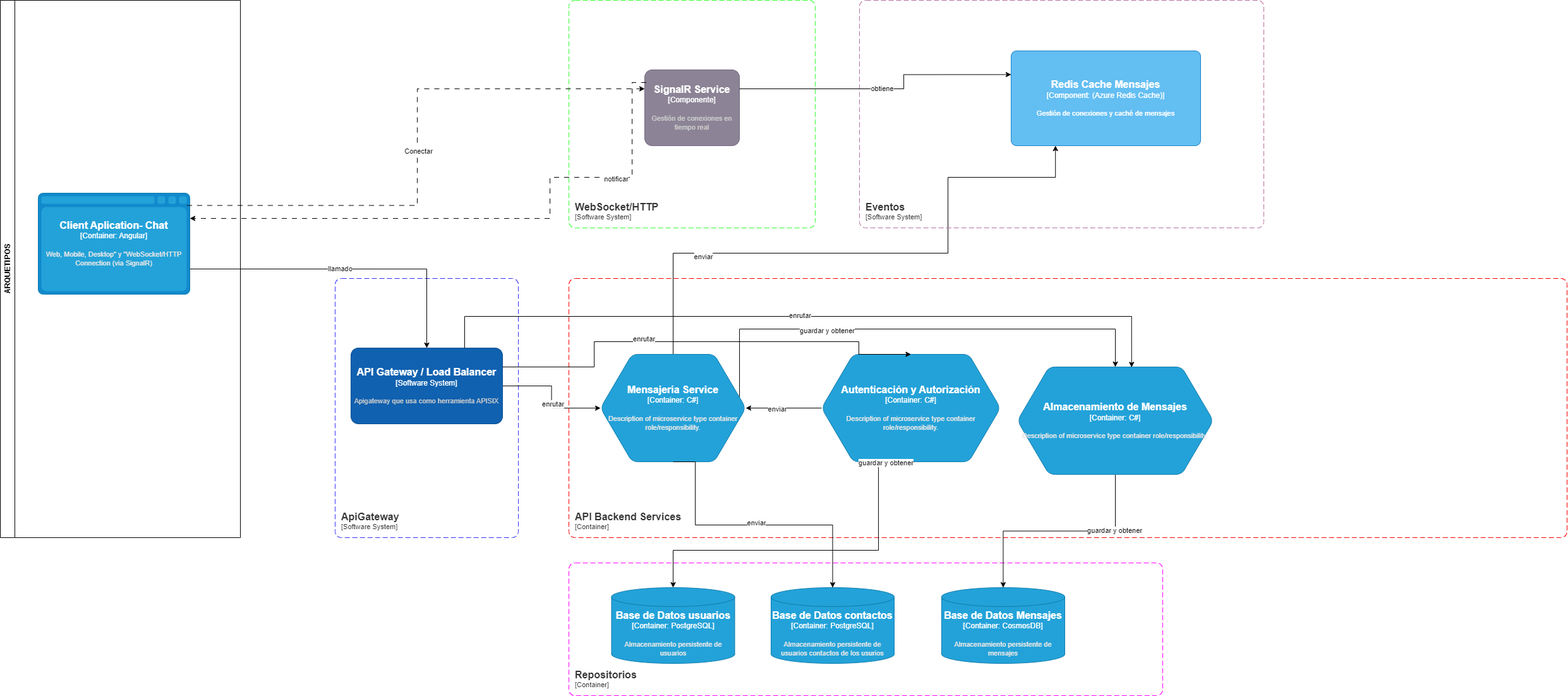
jhoney787813/API-backend-satrack keeps this draw.io diagram as DiagramaContenedoresMensajesChat.png. Above is the earlier version. Source tidied: cells renumbered, new cells last; positions are measured from the earlier drawing's top-left corner, leaving out a move shared by most shapes.
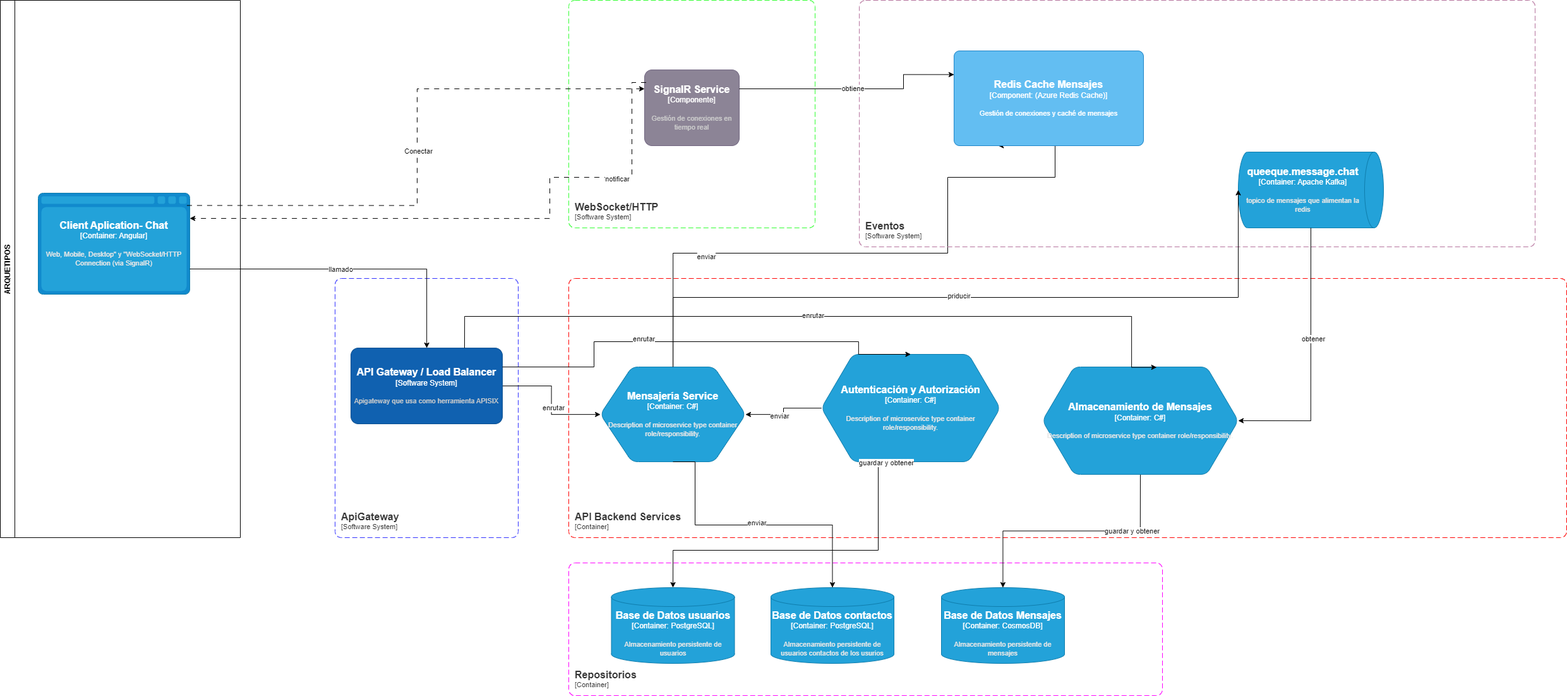
After the change.

What changed in the source:
```diff
@@ -50,20 +50,9 @@
     <mxCell id="12" value="enviar" style="edgeLabel;html=1;align=center;verticalAlign=middle;" parent="11" vertex="1">
       <mxGeometry x="-0.56" y="-5" relative="1" as="geometry" />
     </mxCell>
-    <mxCell id="13" style="edgeStyle=orthogonalEdgeStyle;rounded=0;jettySize=auto;html=1;entryX=0.5;entryY=0;entryDx=0;entryDy=0;entryPerimeter=0;" parent="1" edge="1" source="15" target="28">
-      <mxGeometry relative="1" as="geometry">
-        <Array as="points">
-          <mxPoint x="1170" y="520" />
-          <mxPoint x="1765" y="520" />
-        </Array>
-      </mxGeometry>
-    </mxCell>
-    <mxCell id="14" value="guardar y obtener" style="edgeLabel;html=1;align=center;verticalAlign=middle;" parent="13" vertex="1">
-      <mxGeometry x="-0.35" y="-2" relative="1" as="geometry" />
-    </mxCell>
     <object id="15" label="&lt;font style=&quot;font-size: 16px&quot;&gt;&lt;b&gt;%c4Name%&lt;/b&gt;&lt;/font&gt;&lt;div&gt;[%c4Type%:&amp;nbsp;%c4Technology%]&lt;/div&gt;&lt;br&gt;&lt;div&gt;&lt;font style=&quot;font-size: 11px&quot;&gt;&lt;font color=&quot;#E6E6E6&quot;&gt;%c4Description%&lt;/font&gt;&lt;/div&gt;" c4Description="Description of microservice type container role/responsibility." c4Name="Mensajería Service" c4Technology="C#" c4Type="Container" placeholders="1">
       <mxCell style="shape=hexagon;size=50;perimeter=hexagonPerimeter2;whiteSpace=wrap;html=1;fixedSize=1;rounded=1;labelBackgroundColor=none;fillColor=#23A2D9;fontSize=12;fontColor=#ffffff;align=center;strokeColor=#0E7DAD;points=[[0.5,0,0],[1,0.25,0],[1,0.5,0],[1,0.75,0],[0.5,1,0],[0,0.75,0],[0,0.5,0],[0,0.25,0]];" parent="1" vertex="1">
-        <mxGeometry x="950" y="560" width="230" height="170" as="geometry" />
+        <mxGeometry x="950" y="580" width="230" height="150" as="geometry" />
       </mxCell>
     </object>
     <object id="16" label="&lt;font style=&quot;font-size: 16px&quot;&gt;&lt;b&gt;&lt;div style=&quot;text-align: left&quot;&gt;%c4Name%&lt;/div&gt;&lt;/b&gt;&lt;/font&gt;&lt;div style=&quot;text-align: left&quot;&gt;[%c4Application%]&lt;/div&gt;" c4Application="Software System" c4Name="WebSocket/HTTP" c4Type="SystemScopeBoundary" placeholders="1">
@@ -94,7 +83,7 @@
     </object>
     <object id="22" label="&lt;font style=&quot;font-size: 16px&quot;&gt;&lt;b&gt;&lt;div style=&quot;text-align: left&quot;&gt;%c4Name%&lt;/div&gt;&lt;/b&gt;&lt;/font&gt;&lt;div style=&quot;text-align: left&quot;&gt;[%c4Application%]&lt;/div&gt;" c4Application="Software System" c4Name="Eventos" c4Type="SystemScopeBoundary" placeholders="1">
       <mxCell style="rounded=1;fontSize=11;whiteSpace=wrap;html=1;dashed=1;arcSize=20;fillColor=none;strokeColor=#B5739D;fontColor=#333333;labelBackgroundColor=none;align=left;verticalAlign=bottom;labelBorderColor=none;spacingTop=0;spacing=10;dashPattern=8 4;perimeter=rectanglePerimeter;noLabel=0;labelPadding=0;absoluteArcSize=1;" parent="1" vertex="1">
-        <mxGeometry x="1360" width="640" height="360" as="geometry" />
+        <mxGeometry x="1360" width="1070" height="390" as="geometry" />
       </mxCell>
     </object>
     <mxCell id="23" style="edgeStyle=orthogonalEdgeStyle;rounded=0;jettySize=auto;html=1;" parent="1" edge="1" source="25" target="15">
@@ -118,12 +107,12 @@
     </mxCell>
     <object id="28" label="&lt;font style=&quot;font-size: 16px&quot;&gt;&lt;b&gt;%c4Name%&lt;/b&gt;&lt;/font&gt;&lt;div&gt;[%c4Type%:&amp;nbsp;%c4Technology%]&lt;/div&gt;&lt;br&gt;&lt;div&gt;&lt;font style=&quot;font-size: 11px&quot;&gt;&lt;font color=&quot;#E6E6E6&quot;&gt;%c4Description%&lt;/font&gt;&lt;/div&gt;" c4Description="Description of microservice type container role/responsibility." c4Name="Almacenamiento de Mensajes" c4Technology="C#" c4Type="Container" placeholders="1">
       <mxCell style="shape=hexagon;size=50;perimeter=hexagonPerimeter2;whiteSpace=wrap;html=1;fixedSize=1;rounded=1;labelBackgroundColor=none;fillColor=#23A2D9;fontSize=12;fontColor=#ffffff;align=center;strokeColor=#0E7DAD;points=[[0.5,0,0],[1,0.25,0],[1,0.5,0],[1,0.75,0],[0.5,1,0],[0,0.75,0],[0,0.5,0],[0,0.25,0]];" parent="1" vertex="1">
-        <mxGeometry x="1610" y="580" width="310" height="170" as="geometry" />
+        <mxGeometry x="1650" y="580" width="310" height="170" as="geometry" />
       </mxCell>
     </object>
     <object id="29" label="&lt;font style=&quot;font-size: 16px&quot;&gt;&lt;b&gt;%c4Name%&lt;/b&gt;&lt;/font&gt;&lt;div&gt;[%c4Type%: %c4Technology%]&lt;/div&gt;&lt;br&gt;&lt;div&gt;&lt;font style=&quot;font-size: 11px&quot;&gt;%c4Description%&lt;/font&gt;&lt;/div&gt;" c4Description="Gestión de conexiones y caché de mensajes" c4Name="Redis Cache Mensajes" c4Technology="(Azure Redis Cache)" c4Type="Component" placeholders="1">
       <mxCell style="rounded=1;whiteSpace=wrap;html=1;labelBackgroundColor=none;fillColor=#63BEF2;fontColor=#ffffff;align=center;arcSize=6;strokeColor=#2086C9;points=[[0.25,0,0],[0.5,0,0],[0.75,0,0],[1,0.25,0],[1,0.5,0],[1,0.75,0],[0.75,1,0],[0.5,1,0],[0.25,1,0],[0,0.75,0],[0,0.5,0],[0,0.25,0]];" parent="1" vertex="1">
-        <mxGeometry x="1600" y="80" width="300" height="150" as="geometry" />
+        <mxGeometry x="1510" y="80" width="300" height="150" as="geometry" />
       </mxCell>
     </object>
     <mxCell id="30" style="edgeStyle=orthogonalEdgeStyle;rounded=0;jettySize=auto;html=1;entryX=1;entryY=0.25;entryDx=0;entryDy=0;entryPerimeter=0;flowAnimation=1;exitX=0;exitY=0.25;exitDx=0;exitDy=0;exitPerimeter=0;" parent="1" edge="1" target="3">
@@ -207,5 +196,29 @@
     <mxCell id="42" value="enviar" style="edgeLabel;html=1;align=center;verticalAlign=middle;" parent="41" vertex="1">
       <mxGeometry x="0.02" y="4" relative="1" as="geometry" />
     </mxCell>
+    <object id="43" label="&lt;font style=&quot;font-size: 16px&quot;&gt;&lt;b&gt;%c4Name%&lt;/b&gt;&lt;/font&gt;&lt;div&gt;[%c4Type%:&amp;nbsp;%c4Technology%]&lt;/div&gt;&lt;br&gt;&lt;div&gt;&lt;font style=&quot;font-size: 11px&quot;&gt;&lt;font color=&quot;#E6E6E6&quot;&gt;%c4Description%&lt;/font&gt;&lt;/div&gt;" c4Description="topico de mensajes que alimentan la redis" c4Name="queeque.message.chat" c4Technology="Apache Kafka" c4Type="Container" placeholders="1">
+      <mxCell style="shape=cylinder3;size=15;direction=south;whiteSpace=wrap;html=1;boundedLbl=1;rounded=0;labelBackgroundColor=none;fillColor=#23A2D9;fontSize=12;fontColor=#ffffff;align=center;strokeColor=#0E7DAD;points=[[0.5,0,0],[1,0.25,0],[1,0.5,0],[1,0.75,0],[0.5,1,0],[0,0.75,0],[0,0.5,0],[0,0.25,0]];" parent="1" vertex="1">
+        <mxGeometry x="1960" y="240" width="230" height="120" as="geometry" />
+      </mxCell>
+    </object>
+    <mxCell id="44" style="edgeStyle=orthogonalEdgeStyle;rounded=0;jettySize=auto;html=1;exitX=0.5;exitY=0;exitDx=0;exitDy=0;exitPerimeter=0;entryX=0.5;entryY=1;entryDx=0;entryDy=0;entryPerimeter=0;" parent="1" edge="1" source="15" target="43">
+      <mxGeometry relative="1" as="geometry">
+        <Array as="points">
+          <mxPoint x="1065" y="470" />
+          <mxPoint x="1960" y="470" />
+        </Array>
+      </mxGeometry>
+    </mxCell>
+    <mxCell id="45" value="priducir" style="edgeLabel;html=1;align=center;verticalAlign=middle;" parent="44" vertex="1">
+      <mxGeometry x="-0.05" y="3" relative="1" as="geometry">
+        <mxPoint x="1" as="offset" />
+      </mxGeometry>
+    </mxCell>
+    <mxCell id="46" style="edgeStyle=orthogonalEdgeStyle;rounded=0;jettySize=auto;html=1;exitX=1;exitY=0.5;exitDx=0;exitDy=0;exitPerimeter=0;entryX=1;entryY=0.5;entryDx=0;entryDy=0;entryPerimeter=0;" parent="1" edge="1" source="43" target="28">
+      <mxGeometry relative="1" as="geometry" />
+    </mxCell>
+    <mxCell id="47" value="obtener" style="edgeLabel;html=1;align=center;verticalAlign=middle;" parent="46" vertex="1">
+      <mxGeometry x="-0.16" y="3" relative="1" as="geometry" />
+    </mxCell>
   </root>
 </mxGraphModel>
```
